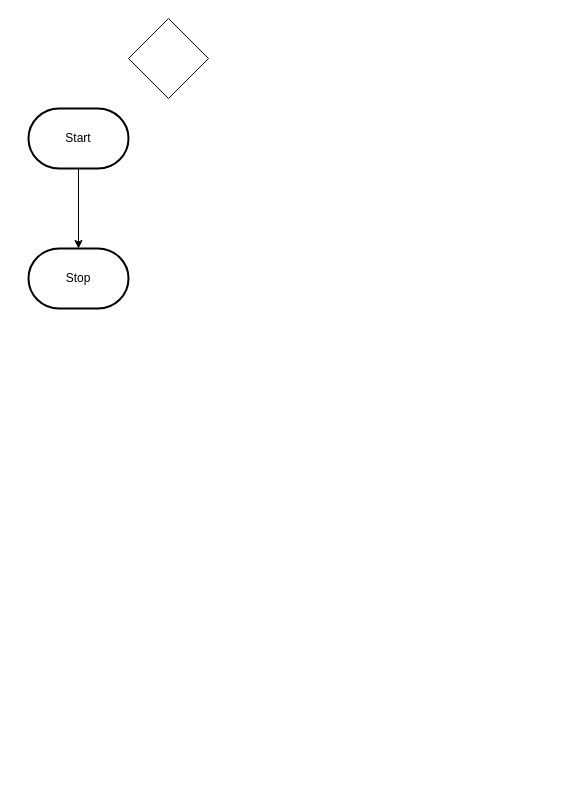
The draw.io diagram design/flowchart.drawio in MTHS-ICD2O-1-2023/ICD2O-Assignment-04-nathan-desilva, before the edit. Source tidied: cells renumbered, new cells numbered last; positions are measured from the earlier drawing's top-left corner, leaving out a move shared by most shapes. Both pictures are drawn from the tidied source at 100%, with x=0, y=0 at pixel (28, 18).
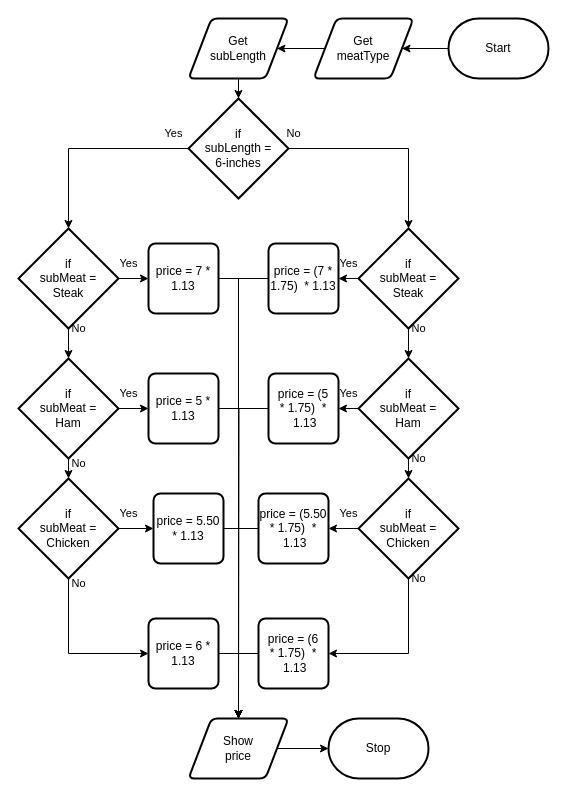
The same diagram, later.

Commit message (it also covers changes not shown here):
downloaded flowchart

What changed in the source:
```diff
@@
-    <mxCell id="2" style="edgeStyle=orthogonalEdgeStyle;html=1;rounded=0;" parent="1" edge="1" source="3" target="4">
-      <mxGeometry relative="1" as="geometry" />
-    </mxCell>
+    <mxCell id="6" style="edgeStyle=none;html=1;" parent="1" edge="1" source="3" target="8">
+      <mxGeometry relative="1" as="geometry" />
+    </mxCell>
     <mxCell id="3" value="Start" style="strokeWidth=2;html=1;shape=mxgraph.flowchart.terminator;whiteSpace=wrap;" parent="1" vertex="1">
-      <mxGeometry y="90" width="100" height="60" as="geometry" />
+      <mxGeometry x="420" width="100" height="60" as="geometry" />
     </mxCell>
     <mxCell id="4" value="Stop" style="strokeWidth=2;html=1;shape=mxgraph.flowchart.terminator;whiteSpace=wrap;" parent="1" vertex="1">
-      <mxGeometry y="230" width="100" height="60" as="geometry" />
+      <mxGeometry x="300" y="700" width="100" height="60" as="geometry" />
     </mxCell>
-    <mxCell id="5" style="rhombus;whiteSpace=wrap;html=1;" parent="1" vertex="1">
-      <mxGeometry x="100" width="80" height="80" as="geometry" />
+    <mxCell id="5" style="edgeStyle=orthogonalEdgeStyle;html=1;rounded=0;endArrow=none;" parent="1" edge="1" source="3" target="8">
+      <mxGeometry relative="1" as="geometry" />
     </mxCell>
+    <mxCell id="7" style="edgeStyle=none;html=1;" parent="1" edge="1" source="8" target="11">
+      <mxGeometry relative="1" as="geometry" />
+    </mxCell>
+    <mxCell id="8" value="Get&lt;br&gt;meatType" style="shape=parallelogram;html=1;strokeWidth=2;perimeter=parallelogramPerimeter;whiteSpace=wrap;rounded=1;arcSize=12;size=0.23;" parent="1" vertex="1">
+      <mxGeometry x="285" width="100" height="60" as="geometry" />
+    </mxCell>
+    <mxCell id="9" style="edgeStyle=orthogonalEdgeStyle;html=1;rounded=0;startArrow=none;endArrow=none;" parent="1" edge="1" source="8" target="11">
+      <mxGeometry relative="1" as="geometry" />
+    </mxCell>
+    <mxCell id="10" style="edgeStyle=none;html=1;" parent="1" edge="1" source="11" target="15">
+      <mxGeometry relative="1" as="geometry" />
+    </mxCell>
+    <mxCell id="11" value="Get&lt;br&gt;subLength" style="shape=parallelogram;html=1;strokeWidth=2;perimeter=parallelogramPerimeter;whiteSpace=wrap;rounded=1;arcSize=12;size=0.23;" parent="1" vertex="1">
+      <mxGeometry x="160" width="100" height="60" as="geometry" />
+    </mxCell>
+    <mxCell id="12" style="edgeStyle=orthogonalEdgeStyle;html=1;rounded=0;startArrow=none;endArrow=none;" parent="1" edge="1" source="11" target="15">
+      <mxGeometry relative="1" as="geometry" />
+    </mxCell>
+    <mxCell id="13" style="edgeStyle=orthogonalEdgeStyle;html=1;entryX=0.5;entryY=0;entryDx=0;entryDy=0;entryPerimeter=0;rounded=0;" parent="1" edge="1" source="15" target="18">
+      <mxGeometry relative="1" as="geometry" />
+    </mxCell>
+    <mxCell id="14" style="edgeStyle=orthogonalEdgeStyle;shape=connector;rounded=0;html=1;entryX=0.5;entryY=0;entryDx=0;entryDy=0;entryPerimeter=0;labelBackgroundColor=default;strokeColor=default;fontFamily=Helvetica;fontSize=11;fontColor=default;endArrow=classic;" parent="1" edge="1" source="15" target="29">
+      <mxGeometry relative="1" as="geometry" />
+    </mxCell>
+    <mxCell id="15" value="if&lt;br&gt;subLength =&lt;br&gt;6-inches" style="strokeWidth=2;html=1;shape=mxgraph.flowchart.decision;whiteSpace=wrap;" parent="1" vertex="1">
+      <mxGeometry x="160" y="80" width="100" height="100" as="geometry" />
+    </mxCell>
+    <mxCell id="16" style="edgeStyle=orthogonalEdgeStyle;shape=connector;rounded=0;html=1;labelBackgroundColor=default;strokeColor=default;fontFamily=Helvetica;fontSize=11;fontColor=default;endArrow=classic;" parent="1" edge="1" source="18" target="21">
+      <mxGeometry relative="1" as="geometry" />
+    </mxCell>
+    <mxCell id="17" style="edgeStyle=orthogonalEdgeStyle;shape=connector;rounded=0;html=1;entryX=0;entryY=0.5;entryDx=0;entryDy=0;labelBackgroundColor=default;strokeColor=default;fontFamily=Helvetica;fontSize=11;fontColor=default;endArrow=classic;" parent="1" edge="1" source="18" target="26">
+      <mxGeometry relative="1" as="geometry" />
+    </mxCell>
+    <mxCell id="18" value="if&lt;br&gt;subMeat =&lt;br&gt;Steak" style="strokeWidth=2;html=1;shape=mxgraph.flowchart.decision;whiteSpace=wrap;" parent="1" vertex="1">
+      <mxGeometry x="-10" y="210" width="100" height="100" as="geometry" />
+    </mxCell>
+    <mxCell id="19" style="edgeStyle=orthogonalEdgeStyle;shape=connector;rounded=0;html=1;labelBackgroundColor=default;strokeColor=default;fontFamily=Helvetica;fontSize=11;fontColor=default;endArrow=classic;" parent="1" edge="1" source="21" target="24">
+      <mxGeometry relative="1" as="geometry" />
+    </mxCell>
+    <mxCell id="20" style="edgeStyle=orthogonalEdgeStyle;shape=connector;rounded=0;html=1;labelBackgroundColor=default;strokeColor=default;fontFamily=Helvetica;fontSize=11;fontColor=default;endArrow=classic;" parent="1" edge="1" source="21" target="39">
+      <mxGeometry relative="1" as="geometry" />
+    </mxCell>
+    <mxCell id="21" value="if&lt;br&gt;subMeat =&lt;br&gt;Ham" style="strokeWidth=2;html=1;shape=mxgraph.flowchart.decision;whiteSpace=wrap;" parent="1" vertex="1">
+      <mxGeometry x="-10" y="340" width="100" height="100" as="geometry" />
+    </mxCell>
+    <mxCell id="22" style="edgeStyle=orthogonalEdgeStyle;shape=connector;rounded=0;html=1;entryX=0;entryY=0.5;entryDx=0;entryDy=0;labelBackgroundColor=default;strokeColor=default;fontFamily=Helvetica;fontSize=11;fontColor=default;endArrow=classic;exitX=0.5;exitY=1;exitDx=0;exitDy=0;exitPerimeter=0;" parent="1" edge="1" source="24" target="47">
+      <mxGeometry relative="1" as="geometry" />
+    </mxCell>
+    <mxCell id="23" style="edgeStyle=orthogonalEdgeStyle;shape=connector;rounded=0;html=1;labelBackgroundColor=default;strokeColor=default;fontFamily=Helvetica;fontSize=11;fontColor=default;endArrow=classic;" parent="1" edge="1" source="24" target="45">
+      <mxGeometry relative="1" as="geometry" />
+    </mxCell>
+    <mxCell id="24" value="if&lt;br&gt;subMeat =&lt;br&gt;Chicken" style="strokeWidth=2;html=1;shape=mxgraph.flowchart.decision;whiteSpace=wrap;" parent="1" vertex="1">
+      <mxGeometry x="-10" y="460" width="100" height="100" as="geometry" />
+    </mxCell>
+    <mxCell id="25" style="edgeStyle=orthogonalEdgeStyle;shape=connector;rounded=0;html=1;entryX=0.5;entryY=0;entryDx=0;entryDy=0;labelBackgroundColor=default;strokeColor=default;fontFamily=Helvetica;fontSize=11;fontColor=default;endArrow=classic;" parent="1" edge="1" source="26" target="51">
+      <mxGeometry relative="1" as="geometry">
+        <Array as="points">
+          <mxPoint x="210" y="260" />
+        </Array>
+      </mxGeometry>
+    </mxCell>
+    <mxCell id="26" value="price = 7 * 1.13" style="rounded=1;whiteSpace=wrap;html=1;absoluteArcSize=1;arcSize=14;strokeWidth=2;" parent="1" vertex="1">
+      <mxGeometry x="120" y="225" width="70" height="70" as="geometry" />
+    </mxCell>
+    <mxCell id="27" style="edgeStyle=orthogonalEdgeStyle;shape=connector;rounded=0;html=1;labelBackgroundColor=default;strokeColor=default;fontFamily=Helvetica;fontSize=11;fontColor=default;endArrow=classic;" parent="1" edge="1" source="29" target="37">
+      <mxGeometry relative="1" as="geometry" />
+    </mxCell>
+    <mxCell id="28" style="edgeStyle=orthogonalEdgeStyle;shape=connector;rounded=0;html=1;entryX=0.5;entryY=0;entryDx=0;entryDy=0;entryPerimeter=0;labelBackgroundColor=default;strokeColor=default;fontFamily=Helvetica;fontSize=11;fontColor=default;endArrow=classic;" parent="1" edge="1" source="29" target="32">
+      <mxGeometry relative="1" as="geometry" />
+    </mxCell>
+    <mxCell id="29" value="if&lt;br&gt;subMeat =&lt;br&gt;Steak" style="strokeWidth=2;html=1;shape=mxgraph.flowchart.decision;whiteSpace=wrap;" parent="1" vertex="1">
+      <mxGeometry x="330" y="210" width="100" height="100" as="geometry" />
+    </mxCell>
+    <mxCell id="30" style="edgeStyle=orthogonalEdgeStyle;shape=connector;rounded=0;html=1;labelBackgroundColor=default;strokeColor=default;fontFamily=Helvetica;fontSize=11;fontColor=default;endArrow=classic;" parent="1" edge="1" source="32" target="35">
+      <mxGeometry relative="1" as="geometry" />
+    </mxCell>
+    <mxCell id="31" style="edgeStyle=orthogonalEdgeStyle;shape=connector;rounded=0;html=1;labelBackgroundColor=default;strokeColor=default;fontFamily=Helvetica;fontSize=11;fontColor=default;endArrow=classic;" parent="1" edge="1" source="32" target="41">
+      <mxGeometry relative="1" as="geometry" />
+    </mxCell>
+    <mxCell id="32" value="if&lt;br&gt;subMeat =&lt;br&gt;Ham" style="strokeWidth=2;html=1;shape=mxgraph.flowchart.decision;whiteSpace=wrap;" parent="1" vertex="1">
+      <mxGeometry x="330" y="340" width="100" height="100" as="geometry" />
+    </mxCell>
+    <mxCell id="33" style="edgeStyle=orthogonalEdgeStyle;shape=connector;rounded=0;html=1;exitX=0.5;exitY=1;exitDx=0;exitDy=0;exitPerimeter=0;entryX=1;entryY=0.5;entryDx=0;entryDy=0;labelBackgroundColor=default;strokeColor=default;fontFamily=Helvetica;fontSize=11;fontColor=default;endArrow=classic;" parent="1" edge="1" source="35" target="49">
+      <mxGeometry relative="1" as="geometry" />
+    </mxCell>
+    <mxCell id="34" style="edgeStyle=orthogonalEdgeStyle;shape=connector;rounded=0;html=1;labelBackgroundColor=default;strokeColor=default;fontFamily=Helvetica;fontSize=11;fontColor=default;endArrow=classic;" parent="1" edge="1" source="35" target="43">
+      <mxGeometry relative="1" as="geometry" />
+    </mxCell>
+    <mxCell id="35" value="if&lt;br&gt;subMeat =&lt;br&gt;Chicken" style="strokeWidth=2;html=1;shape=mxgraph.flowchart.decision;whiteSpace=wrap;" parent="1" vertex="1">
+      <mxGeometry x="330" y="460" width="100" height="100" as="geometry" />
+    </mxCell>
+    <mxCell id="36" style="edgeStyle=orthogonalEdgeStyle;shape=connector;rounded=0;html=1;entryX=0.5;entryY=0;entryDx=0;entryDy=0;labelBackgroundColor=default;strokeColor=default;fontFamily=Helvetica;fontSize=11;fontColor=default;endArrow=classic;" parent="1" edge="1" source="37" target="51">
+      <mxGeometry relative="1" as="geometry">
+        <Array as="points">
+          <mxPoint x="210" y="260" />
+        </Array>
+      </mxGeometry>
+    </mxCell>
+    <mxCell id="37" value="price = (7 * 1.75)&amp;nbsp; * 1.13" style="rounded=1;whiteSpace=wrap;html=1;absoluteArcSize=1;arcSize=14;strokeWidth=2;" parent="1" vertex="1">
+      <mxGeometry x="240" y="225" width="70" height="70" as="geometry" />
+    </mxCell>
+    <mxCell id="38" style="edgeStyle=orthogonalEdgeStyle;shape=connector;rounded=0;html=1;entryX=0.5;entryY=0;entryDx=0;entryDy=0;labelBackgroundColor=default;strokeColor=default;fontFamily=Helvetica;fontSize=11;fontColor=default;endArrow=classic;" parent="1" edge="1" source="39" target="51">
+      <mxGeometry relative="1" as="geometry">
+        <Array as="points">
+          <mxPoint x="210" y="390" />
+        </Array>
+      </mxGeometry>
+    </mxCell>
+    <mxCell id="39" value="price = 5 * 1.13" style="rounded=1;whiteSpace=wrap;html=1;absoluteArcSize=1;arcSize=14;strokeWidth=2;" parent="1" vertex="1">
+      <mxGeometry x="120" y="355" width="70" height="70" as="geometry" />
+    </mxCell>
+    <mxCell id="40" style="edgeStyle=orthogonalEdgeStyle;shape=connector;rounded=0;html=1;labelBackgroundColor=default;strokeColor=default;fontFamily=Helvetica;fontSize=11;fontColor=default;endArrow=classic;" parent="1" edge="1" source="41">
+      <mxGeometry relative="1" as="geometry">
+        <mxPoint x="210" y="700" as="targetPoint" />
+      </mxGeometry>
+    </mxCell>
+    <mxCell id="41" value="price = (5 *&amp;nbsp;1.75)&amp;nbsp; *&lt;br&gt;&amp;nbsp;1.13" style="rounded=1;whiteSpace=wrap;html=1;absoluteArcSize=1;arcSize=14;strokeWidth=2;" parent="1" vertex="1">
+      <mxGeometry x="240" y="355" width="70" height="70" as="geometry" />
+    </mxCell>
+    <mxCell id="42" style="edgeStyle=orthogonalEdgeStyle;shape=connector;rounded=0;html=1;entryX=0.5;entryY=0;entryDx=0;entryDy=0;labelBackgroundColor=default;strokeColor=default;fontFamily=Helvetica;fontSize=11;fontColor=default;endArrow=classic;" parent="1" edge="1" source="43" target="51">
+      <mxGeometry relative="1" as="geometry">
+        <Array as="points">
+          <mxPoint x="210" y="510" />
+        </Array>
+      </mxGeometry>
+    </mxCell>
+    <mxCell id="43" value="price = (5.50 *&amp;nbsp;1.75)&amp;nbsp; *&lt;br&gt;&amp;nbsp;1.13" style="rounded=1;whiteSpace=wrap;html=1;absoluteArcSize=1;arcSize=14;strokeWidth=2;" parent="1" vertex="1">
+      <mxGeometry x="230" y="475" width="70" height="70" as="geometry" />
+    </mxCell>
+    <mxCell id="44" style="edgeStyle=orthogonalEdgeStyle;shape=connector;rounded=0;html=1;entryX=0.5;entryY=0;entryDx=0;entryDy=0;labelBackgroundColor=default;strokeColor=default;fontFamily=Helvetica;fontSize=11;fontColor=default;endArrow=classic;" parent="1" edge="1" source="45" target="51">
+      <mxGeometry relative="1" as="geometry">
+        <Array as="points">
+          <mxPoint x="210" y="510" />
+        </Array>
+      </mxGeometry>
+    </mxCell>
+    <mxCell id="45" value="price = 5.50 * 1.13" style="rounded=1;whiteSpace=wrap;html=1;absoluteArcSize=1;arcSize=14;strokeWidth=2;" parent="1" vertex="1">
+      <mxGeometry x="125" y="475" width="70" height="70" as="geometry" />
+    </mxCell>
+    <mxCell id="46" style="edgeStyle=orthogonalEdgeStyle;shape=connector;rounded=0;html=1;entryX=0.5;entryY=0;entryDx=0;entryDy=0;labelBackgroundColor=default;strokeColor=default;fontFamily=Helvetica;fontSize=11;fontColor=default;endArrow=classic;exitX=1;exitY=0.5;exitDx=0;exitDy=0;" parent="1" edge="1" source="47" target="51">
+      <mxGeometry relative="1" as="geometry" />
+    </mxCell>
+    <mxCell id="47" value="price = 6 * 1.13" style="rounded=1;whiteSpace=wrap;html=1;absoluteArcSize=1;arcSize=14;strokeWidth=2;" parent="1" vertex="1">
+      <mxGeometry x="120" y="600" width="70" height="70" as="geometry" />
+    </mxCell>
+    <mxCell id="48" style="edgeStyle=orthogonalEdgeStyle;shape=connector;rounded=0;html=1;labelBackgroundColor=default;strokeColor=default;fontFamily=Helvetica;fontSize=11;fontColor=default;endArrow=classic;entryX=0.5;entryY=0;entryDx=0;entryDy=0;exitX=0;exitY=0.5;exitDx=0;exitDy=0;" parent="1" edge="1" source="49" target="51">
+      <mxGeometry relative="1" as="geometry" />
+    </mxCell>
+    <mxCell id="49" value="price = (6 *&amp;nbsp;1.75)&amp;nbsp; *&lt;br&gt;&amp;nbsp;1.13" style="rounded=1;whiteSpace=wrap;html=1;absoluteArcSize=1;arcSize=14;strokeWidth=2;" parent="1" vertex="1">
+      <mxGeometry x="230" y="600" width="70" height="70" as="geometry" />
+    </mxCell>
+    <mxCell id="50" style="edgeStyle=orthogonalEdgeStyle;shape=connector;rounded=0;html=1;labelBackgroundColor=default;strokeColor=default;fontFamily=Helvetica;fontSize=11;fontColor=default;endArrow=classic;" parent="1" edge="1" source="51" target="4">
+      <mxGeometry relative="1" as="geometry" />
+    </mxCell>
+    <mxCell id="51" value="Show&lt;br&gt;price" style="shape=parallelogram;html=1;strokeWidth=2;perimeter=parallelogramPerimeter;whiteSpace=wrap;rounded=1;arcSize=12;size=0.23;" parent="1" vertex="1">
+      <mxGeometry x="160" y="700" width="100" height="60" as="geometry" />
+    </mxCell>
+    <mxCell id="52" value="Yes" style="text;html=1;align=center;verticalAlign=middle;strokeColor=none;fillColor=none;fontSize=11;fontFamily=Helvetica;fontColor=default;" parent="1" vertex="1">
+      <mxGeometry x="125" y="100" width="40" height="30" as="geometry" />
+    </mxCell>
+    <mxCell id="53" value="Yes" style="text;html=1;align=center;verticalAlign=middle;strokeColor=none;fillColor=none;fontSize=11;fontFamily=Helvetica;fontColor=default;" parent="1" vertex="1">
+      <mxGeometry x="80" y="230" width="40" height="30" as="geometry" />
+    </mxCell>
+    <mxCell id="54" value="Yes" style="text;html=1;align=center;verticalAlign=middle;strokeColor=none;fillColor=none;fontSize=11;fontFamily=Helvetica;fontColor=default;" parent="1" vertex="1">
+      <mxGeometry x="80" y="360" width="40" height="30" as="geometry" />
+    </mxCell>
+    <mxCell id="55" value="Yes" style="text;html=1;align=center;verticalAlign=middle;strokeColor=none;fillColor=none;fontSize=11;fontFamily=Helvetica;fontColor=default;" parent="1" vertex="1">
+      <mxGeometry x="80" y="480" width="40" height="30" as="geometry" />
+    </mxCell>
+    <mxCell id="56" value="Yes" style="text;html=1;align=center;verticalAlign=middle;strokeColor=none;fillColor=none;fontSize=11;fontFamily=Helvetica;fontColor=default;" parent="1" vertex="1">
+      <mxGeometry x="300" y="230" width="40" height="30" as="geometry" />
+    </mxCell>
+    <mxCell id="57" value="Yes" style="text;html=1;align=center;verticalAlign=middle;strokeColor=none;fillColor=none;fontSize=11;fontFamily=Helvetica;fontColor=default;" parent="1" vertex="1">
+      <mxGeometry x="300" y="360" width="40" height="30" as="geometry" />
+    </mxCell>
+    <mxCell id="58" value="Yes" style="text;html=1;align=center;verticalAlign=middle;strokeColor=none;fillColor=none;fontSize=11;fontFamily=Helvetica;fontColor=default;" parent="1" vertex="1">
+      <mxGeometry x="300" y="480" width="40" height="30" as="geometry" />
+    </mxCell>
+    <mxCell id="59" value="No" style="text;html=1;align=center;verticalAlign=middle;strokeColor=none;fillColor=none;fontSize=11;fontFamily=Helvetica;fontColor=default;" parent="1" vertex="1">
+      <mxGeometry x="245" y="100" width="40" height="30" as="geometry" />
+    </mxCell>
+    <mxCell id="60" value="No" style="text;html=1;align=center;verticalAlign=middle;strokeColor=none;fillColor=none;fontSize=11;fontFamily=Helvetica;fontColor=default;" parent="1" vertex="1">
+      <mxGeometry x="370" y="295" width="40" height="30" as="geometry" />
+    </mxCell>
+    <mxCell id="61" value="No" style="text;html=1;align=center;verticalAlign=middle;strokeColor=none;fillColor=none;fontSize=11;fontFamily=Helvetica;fontColor=default;" parent="1" vertex="1">
+      <mxGeometry x="370" y="425" width="40" height="30" as="geometry" />
+    </mxCell>
+    <mxCell id="62" value="No" style="text;html=1;align=center;verticalAlign=middle;strokeColor=none;fillColor=none;fontSize=11;fontFamily=Helvetica;fontColor=default;" parent="1" vertex="1">
+      <mxGeometry x="370" y="545" width="40" height="30" as="geometry" />
+    </mxCell>
+    <mxCell id="63" value="No" style="text;html=1;align=center;verticalAlign=middle;strokeColor=none;fillColor=none;fontSize=11;fontFamily=Helvetica;fontColor=default;" parent="1" vertex="1">
+      <mxGeometry x="30" y="295" width="40" height="30" as="geometry" />
+    </mxCell>
+    <mxCell id="64" value="No" style="text;html=1;align=center;verticalAlign=middle;strokeColor=none;fillColor=none;fontSize=11;fontFamily=Helvetica;fontColor=default;" parent="1" vertex="1">
+      <mxGeometry x="30" y="430" width="40" height="30" as="geometry" />
+    </mxCell>
+    <mxCell id="65" value="No" style="text;html=1;align=center;verticalAlign=middle;strokeColor=none;fillColor=none;fontSize=11;fontFamily=Helvetica;fontColor=default;" parent="1" vertex="1">
+      <mxGeometry x="30" y="550" width="40" height="30" as="geometry" />
+    </mxCell>
```
